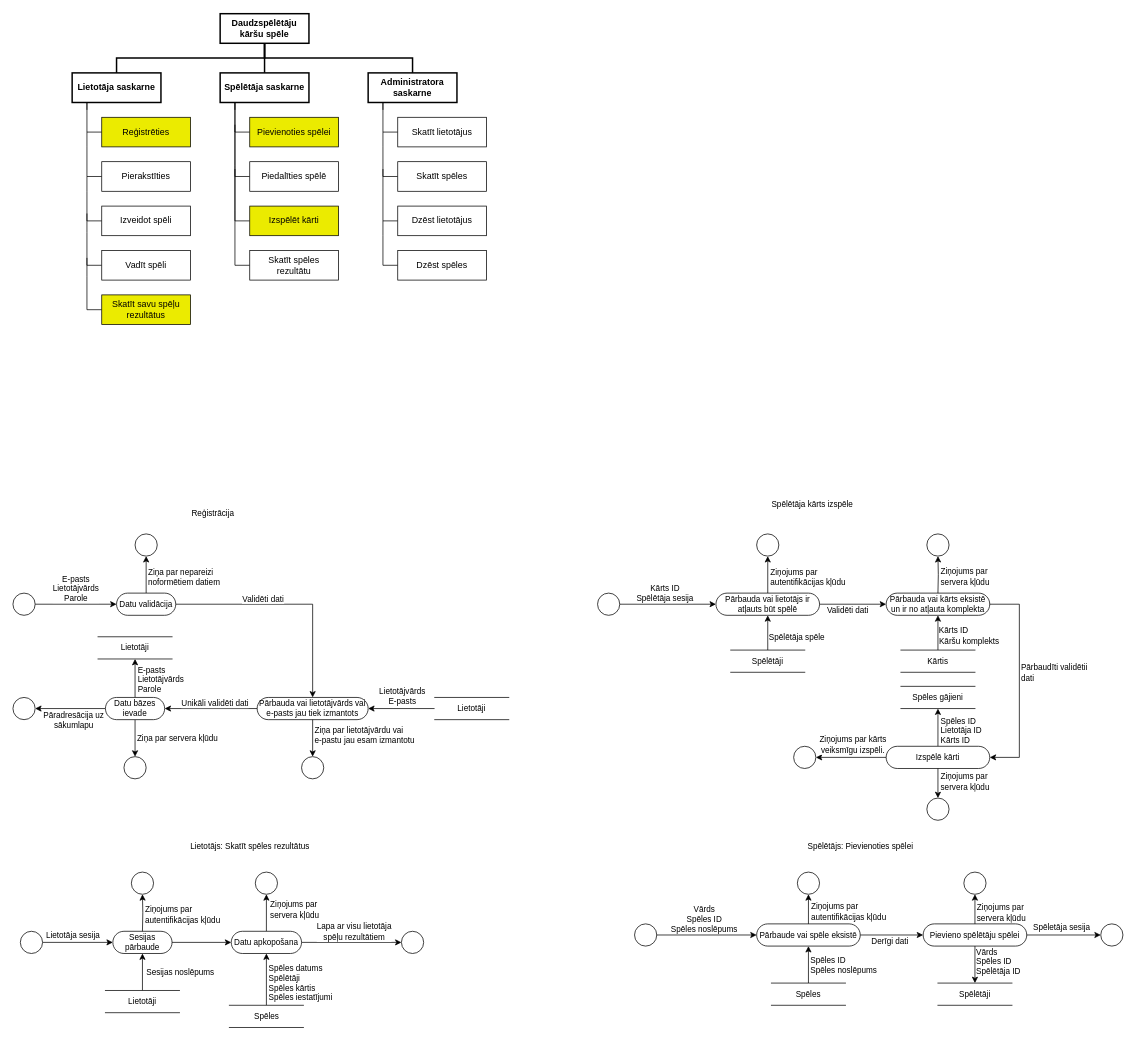
This is dokumentacija/Dekompozicija.drawio from Edgars-P/RVT-Projekts-CardGame, a draw.io file, before an edit. Source tidied: cells renumbered, new cells numbered last; positions are measured from the earlier drawing's top-left corner, leaving out a move shared by most shapes. Both pictures are drawn from the tidied source at 74%, with x=0, y=0 at pixel (13, 13).
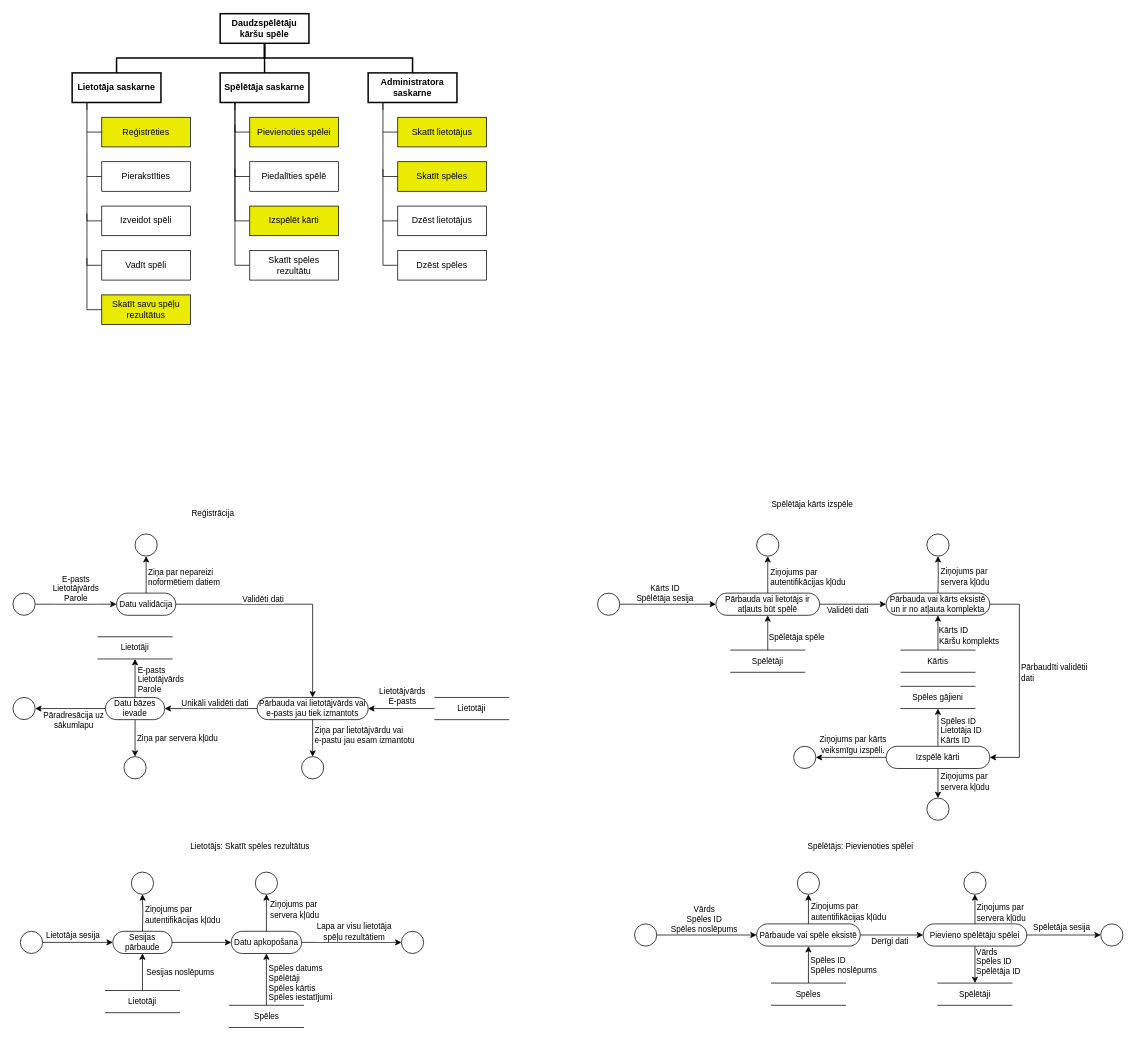
The same page after the edit.

Change to the diagram source:
```diff
@@
-    <mxCell id="26" value="Skatīt lietotājus" style="rounded=0;whiteSpace=wrap;html=1;" parent="1" vertex="1">
+    <mxCell id="26" value="Skatīt lietotājus" style="rounded=0;whiteSpace=wrap;html=1;fillColor=#EBEB00;" parent="1" vertex="1">
       <mxGeometry x="520" y="140" width="120" height="40" as="geometry" />
     </mxCell>
@@
-    <mxCell id="28" value="Skatīt spēles" style="rounded=0;whiteSpace=wrap;html=1;" parent="1" vertex="1">
+    <mxCell id="28" value="Skatīt spēles" style="rounded=0;whiteSpace=wrap;html=1;fillColor=#EBEB00;" parent="1" vertex="1">
       <mxGeometry x="520" y="200" width="120" height="40" as="geometry" />
     </mxCell>
```
